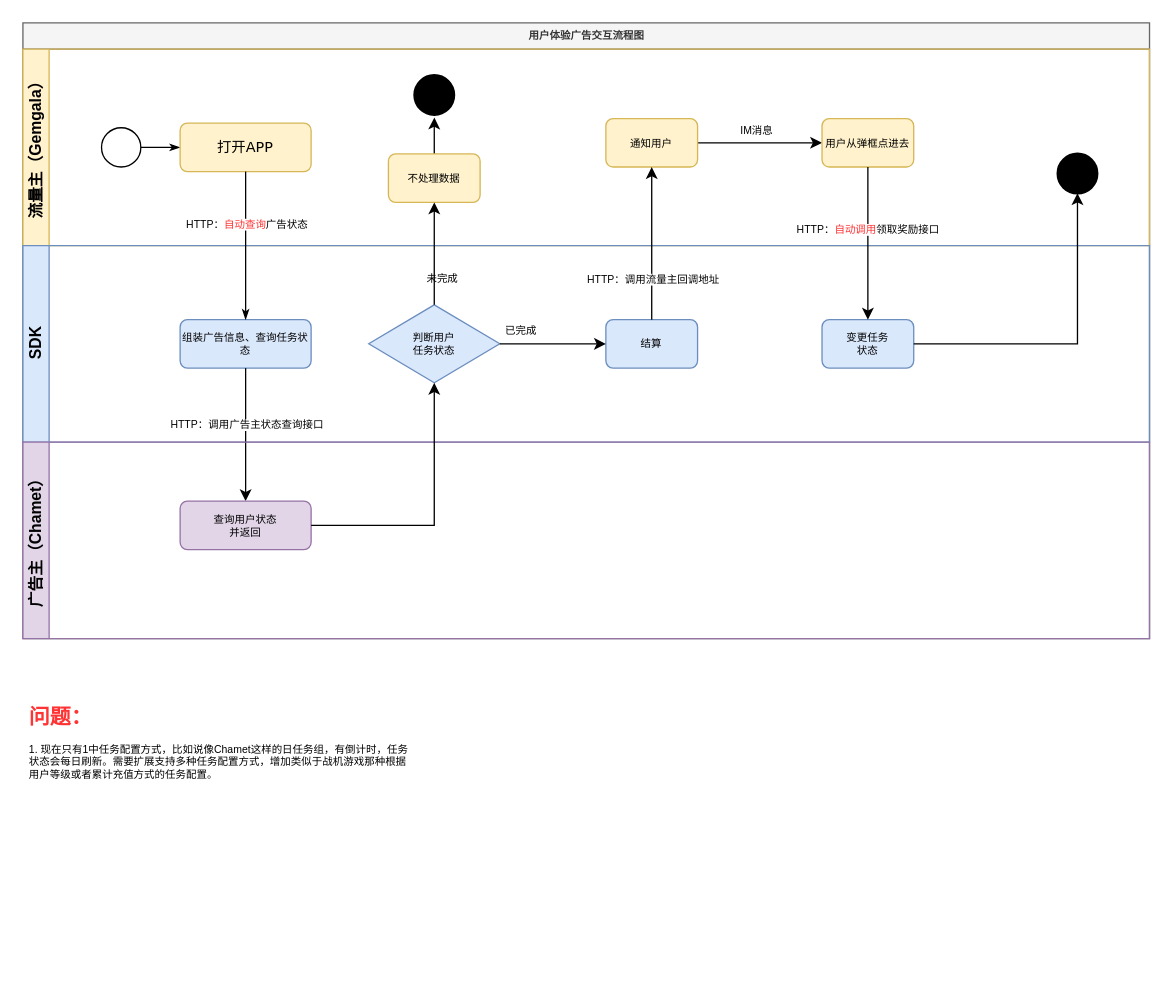
This is 未命名绘图.drawio from hozhis/xbb, a draw.io file, before an edit. Source tidied: cells renumbered, new cells numbered last; positions are measured from the earlier drawing's top-left corner, leaving out a move shared by most shapes. Both pictures are drawn from the tidied source at 131%, with x=0, y=0 at pixel (22, 22).
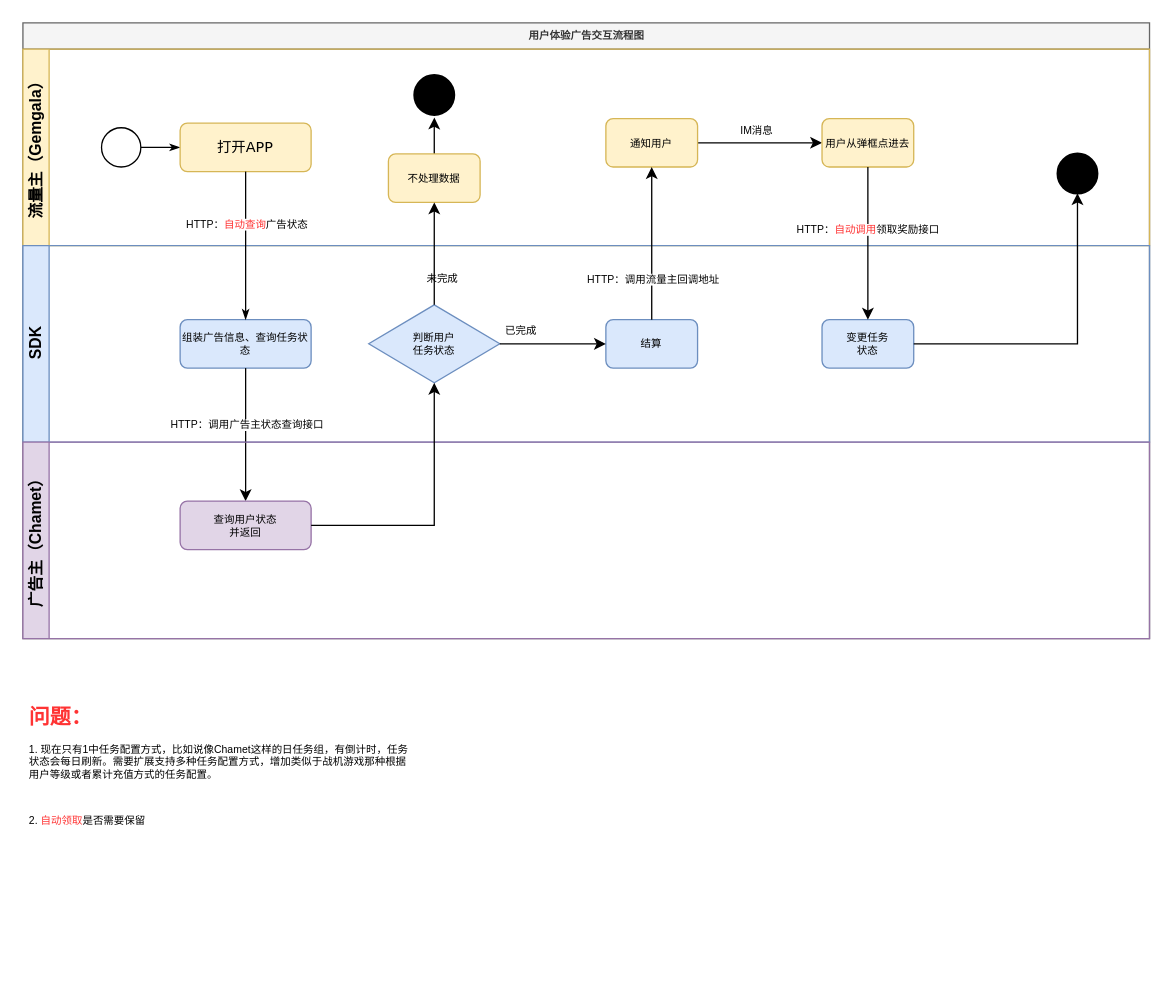
The same diagram, later.

Commit message (it also covers changes not shown here):
更新未命名绘图.drawio

The edit, as a diff of the source:
```diff
@@
-    <mxCell id="36" value="&lt;h1&gt;问题：&lt;/h1&gt;&lt;p&gt;&lt;font color=&quot;#000000&quot;&gt;1. 现在只有1中任务配置方式，比如说像Chamet这样的日任务组，有倒计时，任务状态会每日刷新。需要扩展支持多种任务配置方式，增加类似于战机游戏那种根据用户等级或者累计充值方式的任务配置。&lt;/font&gt;&lt;/p&gt;" style="text;html=1;strokeColor=none;fillColor=none;spacing=5;spacingTop=-20;whiteSpace=wrap;overflow=hidden;rounded=0;fontSize=8;fontColor=#FF3333;" parent="1" vertex="1">
+    <mxCell id="36" value="&lt;h1&gt;问题：&lt;/h1&gt;&lt;p&gt;&lt;font color=&quot;#000000&quot;&gt;1. 现在只有1中任务配置方式，比如说像Chamet这样的日任务组，有倒计时，任务状态会每日刷新。需要扩展支持多种任务配置方式，增加类似于战机游戏那种根据用户等级或者累计充值方式的任务配置。&lt;/font&gt;&lt;/p&gt;&lt;p&gt;&lt;font color=&quot;#000000&quot;&gt;&lt;br&gt;&lt;/font&gt;&lt;/p&gt;&lt;p&gt;&lt;font color=&quot;#000000&quot;&gt;2. &lt;/font&gt;自动领取&lt;font color=&quot;#000000&quot;&gt;是否需要保留&lt;/font&gt;&lt;/p&gt;" style="text;html=1;strokeColor=none;fillColor=none;spacing=5;spacingTop=-20;whiteSpace=wrap;overflow=hidden;rounded=0;fontSize=8;fontColor=#FF3333;" parent="1" vertex="1">
       <mxGeometry y="520" width="300" height="210" as="geometry" />
     </mxCell>
```
